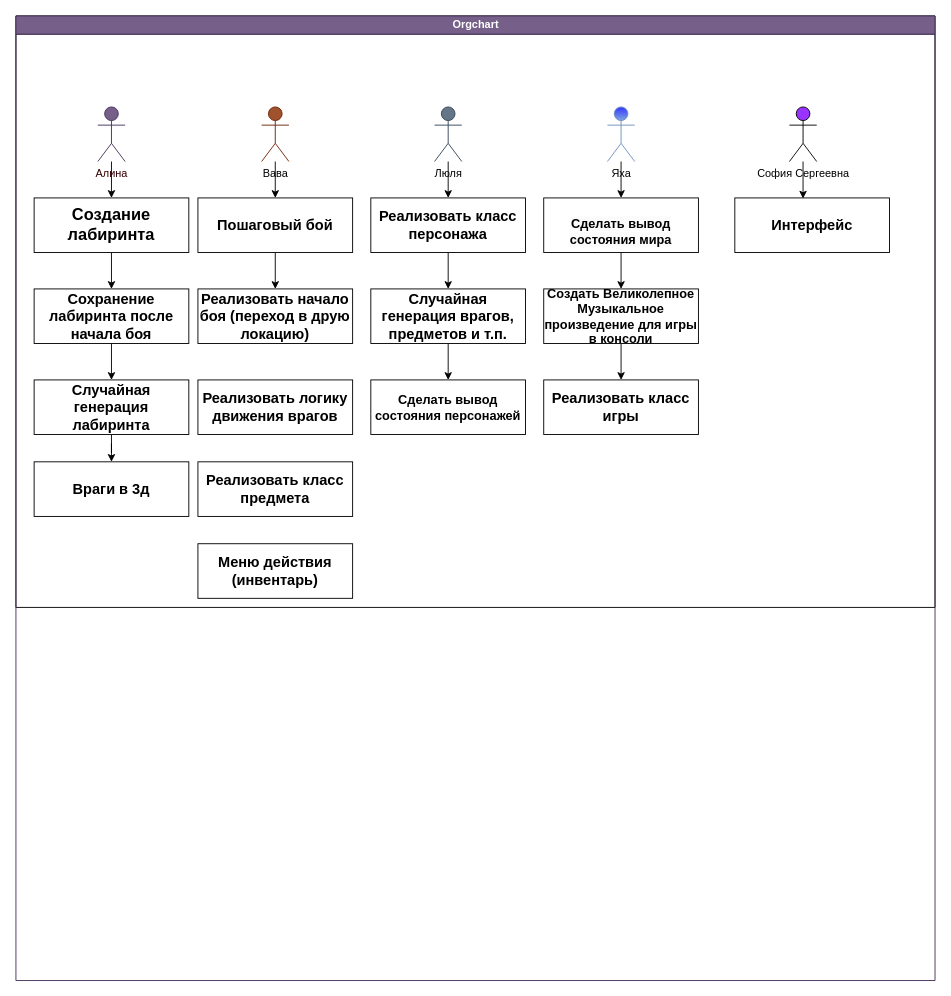
Before: Диаграмма без названия.drawio in Mopcs/RogueLike-C-, a draw.io diagram. Source tidied: cells renumbered, new cells numbered last; positions are measured from the earlier drawing's top-left corner, leaving out a move shared by most shapes. Both pictures are drawn from the tidied source at 91%, with x=0, y=0 at pixel (15, 15).
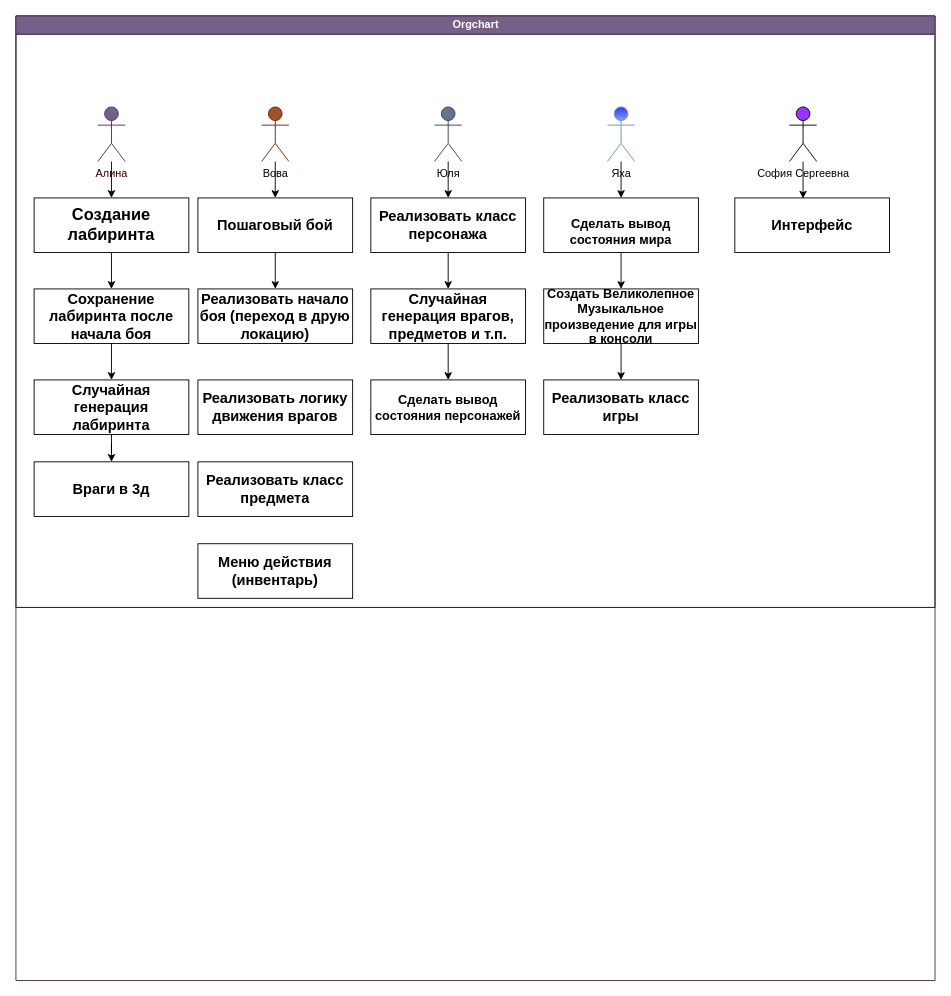
The same page after the edit.

Commit message:
Вот они слева направо...

Unchanged cells that the change refers to:
```xml
<mxCell id="3" value="Orgchart" style="swimlane;html=1;startSize=20;horizontal=1;containerType=tree;glass=0;fillColor=#76608a;fontColor=#ffffff;strokeColor=#432D57;" parent="1" vertex="1">
  <mxGeometry width="1010" height="1060" as="geometry" />
</mxCell>
```

What changed in the source:
```diff
@@
-    <mxCell id="26" value="&lt;font color=&quot;#000000&quot;&gt;Вава&lt;/font&gt;" style="shape=umlActor;verticalLabelPosition=bottom;verticalAlign=top;html=1;outlineConnect=0;fillColor=#a0522d;fontColor=#ffffff;strokeColor=#6D1F00;" parent="3" vertex="1">
+    <mxCell id="26" value="&lt;font color=&quot;#000000&quot;&gt;Вова&lt;/font&gt;" style="shape=umlActor;verticalLabelPosition=bottom;verticalAlign=top;html=1;outlineConnect=0;fillColor=#a0522d;fontColor=#ffffff;strokeColor=#6D1F00;" parent="3" vertex="1">
       <mxGeometry x="270" y="100" width="30" height="60" as="geometry" />
     </mxCell>
@@
-    <mxCell id="28" value="&lt;font color=&quot;#000000&quot;&gt;Люля&lt;/font&gt;" style="shape=umlActor;verticalLabelPosition=bottom;verticalAlign=top;html=1;outlineConnect=0;fillColor=#647687;fontColor=#ffffff;strokeColor=#314354;" parent="3" vertex="1">
+    <mxCell id="28" value="&lt;font color=&quot;#000000&quot;&gt;Юля&lt;/font&gt;" style="shape=umlActor;verticalLabelPosition=bottom;verticalAlign=top;html=1;outlineConnect=0;fillColor=#647687;fontColor=#ffffff;strokeColor=#314354;" parent="3" vertex="1">
       <mxGeometry x="460" y="100" width="30" height="60" as="geometry" />
     </mxCell>
```
